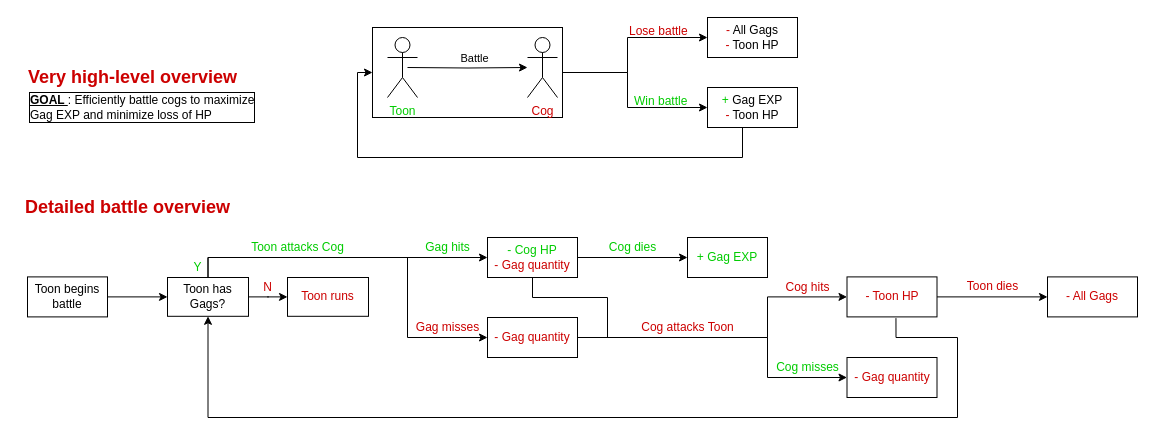
nosas/OmniToon keeps this draw.io diagram as TTR_AI.drawio. Above is the earlier version. Source tidied: cells renumbered, new cells numbered last; positions are measured from the earlier drawing's top-left corner, leaving out a move shared by most shapes. Both pictures are drawn from the tidied source at 100%, with x=0, y=0 at pixel (17, 17).
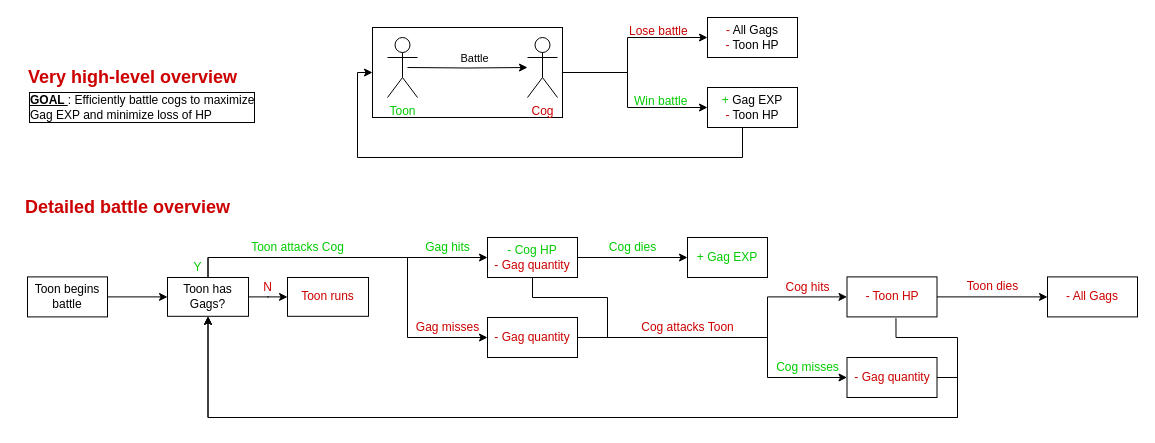
The same diagram, later.

Unchanged cells that the change refers to:
```xml
<mxCell id="28" value="&lt;font color=&quot;#CC0000&quot;&gt;- Gag quantity&lt;/font&gt;" style="rounded=0;whiteSpace=wrap;html=1;fontColor=#000000;" parent="1" vertex="1">
  <mxGeometry x="829.5" y="340" width="90" height="40" as="geometry" />
</mxCell>
<mxCell id="38" value="Toon has Gags?" style="rounded=0;whiteSpace=wrap;html=1;fontColor=#000000;" parent="1" vertex="1">
  <mxGeometry x="150" y="260" width="81" height="38.8" as="geometry" />
</mxCell>
```

What changed in the source:
```diff
@@
+    <mxCell id="45" style="edgeStyle=orthogonalEdgeStyle;rounded=0;jettySize=auto;html=1;entryX=0.5;entryY=1;entryDx=0;entryDy=0;" parent="1" edge="1" source="28" target="38">
+      <mxGeometry relative="1" as="geometry">
+        <Array as="points">
+          <mxPoint x="940" y="360" />
+          <mxPoint x="940" y="400" />
+          <mxPoint x="191" y="400" />
+        </Array>
+      </mxGeometry>
+    </mxCell>
```
